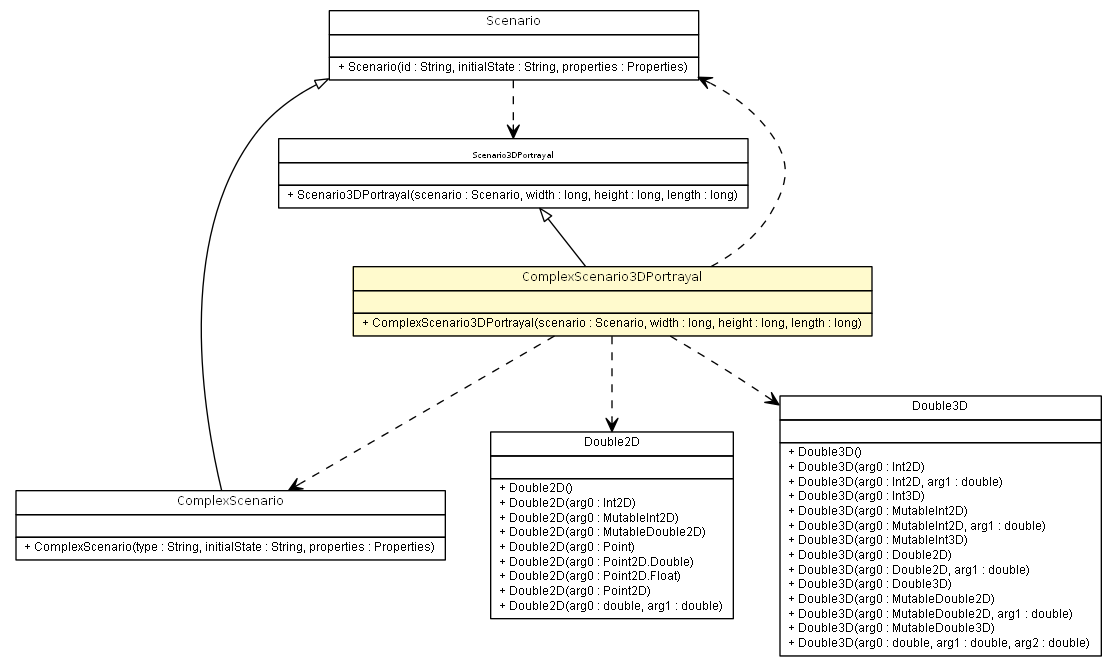
Above: apidocs/es/upm/dit/gsi/shanks/model/scenario/portrayal/ComplexScenario3DPortrayal.png in gsi-upm/Shanks (Graphviz), before the change. Its source is kept beside it as apidocs/es/upm/dit/gsi/shanks/model/scenario/portrayal/ComplexScenario3DPortrayal.dot. Source of this version:
```dot

digraph G {
	edge [fontname="arial",fontsize=10,labelfontname="arial",labelfontsize=10];
	node [fontname="arial",fontsize=10,shape=plaintext];
	nodesep=0.25;
	ranksep=0.5;
	c7231 [label=<<table title="es.upm.dit.gsi.shanks.model.scenario.Scenario" border="0" cellborder="1" cellspacing="0" cellpadding="2" port="p" href="../Scenario.html">
		<tr><td><table border="0" cellspacing="0" cellpadding="1">
<tr><td align="center" balign="center"><font face="ariali"> Scenario </font></td></tr>
		</table></td></tr>
		<tr><td><table border="0" cellspacing="0" cellpadding="1">
<tr><td align="left" balign="left">  </td></tr>
		</table></td></tr>
		<tr><td><table border="0" cellspacing="0" cellpadding="1">
<tr><td align="left" balign="left"> + Scenario(id : String, initialState : String, properties : Properties) </td></tr>
		</table></td></tr>
		</table>>, fontname="arial", fontcolor="black", fontsize=9.0];
	c7232 [label=<<table title="es.upm.dit.gsi.shanks.model.scenario.ComplexScenario" border="0" cellborder="1" cellspacing="0" cellpadding="2" port="p" href="../ComplexScenario.html">
		<tr><td><table border="0" cellspacing="0" cellpadding="1">
<tr><td align="center" balign="center"><font face="ariali"> ComplexScenario </font></td></tr>
		</table></td></tr>
		<tr><td><table border="0" cellspacing="0" cellpadding="1">
<tr><td align="left" balign="left">  </td></tr>
		</table></td></tr>
		<tr><td><table border="0" cellspacing="0" cellpadding="1">
<tr><td align="left" balign="left"> + ComplexScenario(type : String, initialState : String, properties : Properties) </td></tr>
		</table></td></tr>
		</table>>, fontname="arial", fontcolor="black", fontsize=9.0];
	c7240 [label=<<table title="es.upm.dit.gsi.shanks.model.scenario.portrayal.Scenario3DPortrayal" border="0" cellborder="1" cellspacing="0" cellpadding="2" port="p" href="./Scenario3DPortrayal.html">
		<tr><td><table border="0" cellspacing="0" cellpadding="1">
<tr><td align="center" balign="center"><font face="ariali"> Scenario3DPortrayal </font></td></tr>
		</table></td></tr>
		<tr><td><table border="0" cellspacing="0" cellpadding="1">
<tr><td align="left" balign="left">  </td></tr>
		</table></td></tr>
		<tr><td><table border="0" cellspacing="0" cellpadding="1">
<tr><td align="left" balign="left"> + Scenario3DPortrayal(scenario : Scenario, width : long, height : long, length : long) </td></tr>
		</table></td></tr>
		</table>>, fontname="arial", fontcolor="black", fontsize=9.0];
	c7242 [label=<<table title="es.upm.dit.gsi.shanks.model.scenario.portrayal.ComplexScenario3DPortrayal" border="0" cellborder="1" cellspacing="0" cellpadding="2" port="p" bgcolor="lemonChiffon" href="./ComplexScenario3DPortrayal.html">
		<tr><td><table border="0" cellspacing="0" cellpadding="1">
<tr><td align="center" balign="center"><font face="ariali"> ComplexScenario3DPortrayal </font></td></tr>
		</table></td></tr>
		<tr><td><table border="0" cellspacing="0" cellpadding="1">
<tr><td align="left" balign="left">  </td></tr>
		</table></td></tr>
		<tr><td><table border="0" cellspacing="0" cellpadding="1">
<tr><td align="left" balign="left"> + ComplexScenario3DPortrayal(scenario : Scenario, width : long, height : long, length : long) </td></tr>
		</table></td></tr>
		</table>>, fontname="arial", fontcolor="black", fontsize=9.0];
	c7231:p -> c7232:p [dir=back,arrowtail=empty];
	c7240:p -> c7242:p [dir=back,arrowtail=empty];
	c7231:p -> c7240:p [taillabel="", label="", headlabel="", fontname="arial", fontcolor="black", fontsize=10.0, color="black", arrowhead=open, style=dashed];
	c7242:p -> c7231:p [taillabel="", label="", headlabel="", fontname="arial", fontcolor="black", fontsize=10.0, color="black", arrowhead=open, style=dashed];
	c7242:p -> c7232:p [taillabel="", label="", headlabel="", fontname="arial", fontcolor="black", fontsize=10.0, color="black", arrowhead=open, style=dashed];
	c7242:p -> c7257:p [taillabel="", label="", headlabel="", fontname="arial", fontcolor="black", fontsize=10.0, color="black", arrowhead=open, style=dashed];
	c7242:p -> c7258:p [taillabel="", label="", headlabel="", fontname="arial", fontcolor="black", fontsize=10.0, color="black", arrowhead=open, style=dashed];
	c7257 [label=<<table title="sim.util.Double2D" border="0" cellborder="1" cellspacing="0" cellpadding="2" port="p" href="http://java.sun.com/j2se/1.4.2/docs/api/sim/util/Double2D.html">
		<tr><td><table border="0" cellspacing="0" cellpadding="1">
<tr><td align="center" balign="center"> Double2D </td></tr>
		</table></td></tr>
		<tr><td><table border="0" cellspacing="0" cellpadding="1">
<tr><td align="left" balign="left">  </td></tr>
		</table></td></tr>
		<tr><td><table border="0" cellspacing="0" cellpadding="1">
<tr><td align="left" balign="left"> + Double2D() </td></tr>
<tr><td align="left" balign="left"> + Double2D(arg0 : Int2D) </td></tr>
<tr><td align="left" balign="left"> + Double2D(arg0 : MutableInt2D) </td></tr>
<tr><td align="left" balign="left"> + Double2D(arg0 : MutableDouble2D) </td></tr>
<tr><td align="left" balign="left"> + Double2D(arg0 : Point) </td></tr>
<tr><td align="left" balign="left"> + Double2D(arg0 : Point2D.Double) </td></tr>
<tr><td align="left" balign="left"> + Double2D(arg0 : Point2D.Float) </td></tr>
<tr><td align="left" balign="left"> + Double2D(arg0 : Point2D) </td></tr>
<tr><td align="left" balign="left"> + Double2D(arg0 : double, arg1 : double) </td></tr>
		</table></td></tr>
		</table>>, fontname="arial", fontcolor="black", fontsize=9.0];
	c7258 [label=<<table title="sim.util.Double3D" border="0" cellborder="1" cellspacing="0" cellpadding="2" port="p" href="http://java.sun.com/j2se/1.4.2/docs/api/sim/util/Double3D.html">
		<tr><td><table border="0" cellspacing="0" cellpadding="1">
<tr><td align="center" balign="center"> Double3D </td></tr>
		</table></td></tr>
		<tr><td><table border="0" cellspacing="0" cellpadding="1">
<tr><td align="left" balign="left">  </td></tr>
		</table></td></tr>
		<tr><td><table border="0" cellspacing="0" cellpadding="1">
<tr><td align="left" balign="left"> + Double3D() </td></tr>
<tr><td align="left" balign="left"> + Double3D(arg0 : Int2D) </td></tr>
<tr><td align="left" balign="left"> + Double3D(arg0 : Int2D, arg1 : double) </td></tr>
<tr><td align="left" balign="left"> + Double3D(arg0 : Int3D) </td></tr>
<tr><td align="left" balign="left"> + Double3D(arg0 : MutableInt2D) </td></tr>
<tr><td align="left" balign="left"> + Double3D(arg0 : MutableInt2D, arg1 : double) </td></tr>
<tr><td align="left" balign="left"> + Double3D(arg0 : MutableInt3D) </td></tr>
<tr><td align="left" balign="left"> + Double3D(arg0 : Double2D) </td></tr>
<tr><td align="left" balign="left"> + Double3D(arg0 : Double2D, arg1 : double) </td></tr>
<tr><td align="left" balign="left"> + Double3D(arg0 : Double3D) </td></tr>
<tr><td align="left" balign="left"> + Double3D(arg0 : MutableDouble2D) </td></tr>
<tr><td align="left" balign="left"> + Double3D(arg0 : MutableDouble2D, arg1 : double) </td></tr>
<tr><td align="left" balign="left"> + Double3D(arg0 : MutableDouble3D) </td></tr>
<tr><td align="left" balign="left"> + Double3D(arg0 : double, arg1 : double, arg2 : double) </td></tr>
		</table></td></tr>
		</table>>, fontname="arial", fontcolor="black", fontsize=9.0];
}
```
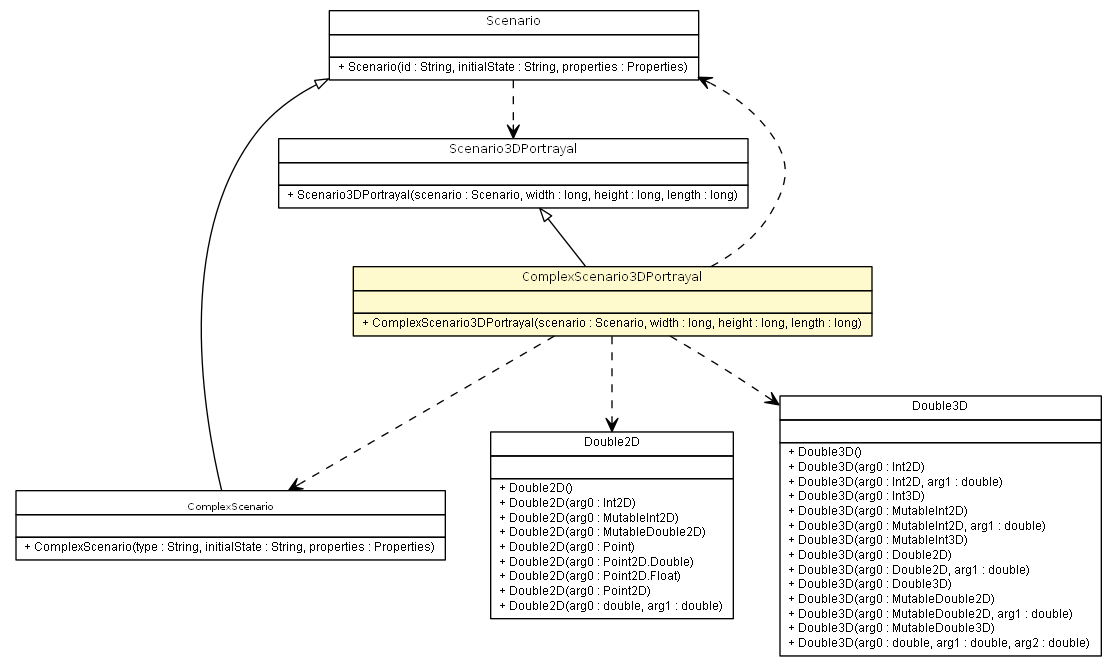
The same file after the commit.

The edit, as a diff of the source:
```diff
@@ -51,9 +51,9 @@
 	c7231:p -> c7232:p [dir=back,arrowtail=empty];
 	c7240:p -> c7242:p [dir=back,arrowtail=empty];
 	c7231:p -> c7240:p [taillabel="", label="", headlabel="", fontname="arial", fontcolor="black", fontsize=10.0, color="black", arrowhead=open, style=dashed];
+	c7242:p -> c7257:p [taillabel="", label="", headlabel="", fontname="arial", fontcolor="black", fontsize=10.0, color="black", arrowhead=open, style=dashed];
+	c7242:p -> c7232:p [taillabel="", label="", headlabel="", fontname="arial", fontcolor="black", fontsize=10.0, color="black", arrowhead=open, style=dashed];
 	c7242:p -> c7231:p [taillabel="", label="", headlabel="", fontname="arial", fontcolor="black", fontsize=10.0, color="black", arrowhead=open, style=dashed];
-	c7242:p -> c7232:p [taillabel="", label="", headlabel="", fontname="arial", fontcolor="black", fontsize=10.0, color="black", arrowhead=open, style=dashed];
-	c7242:p -> c7257:p [taillabel="", label="", headlabel="", fontname="arial", fontcolor="black", fontsize=10.0, color="black", arrowhead=open, style=dashed];
 	c7242:p -> c7258:p [taillabel="", label="", headlabel="", fontname="arial", fontcolor="black", fontsize=10.0, color="black", arrowhead=open, style=dashed];
 	c7257 [label=<<table title="sim.util.Double2D" border="0" cellborder="1" cellspacing="0" cellpadding="2" port="p" href="http://java.sun.com/j2se/1.4.2/docs/api/sim/util/Double2D.html">
 		<tr><td><table border="0" cellspacing="0" cellpadding="1">
```
